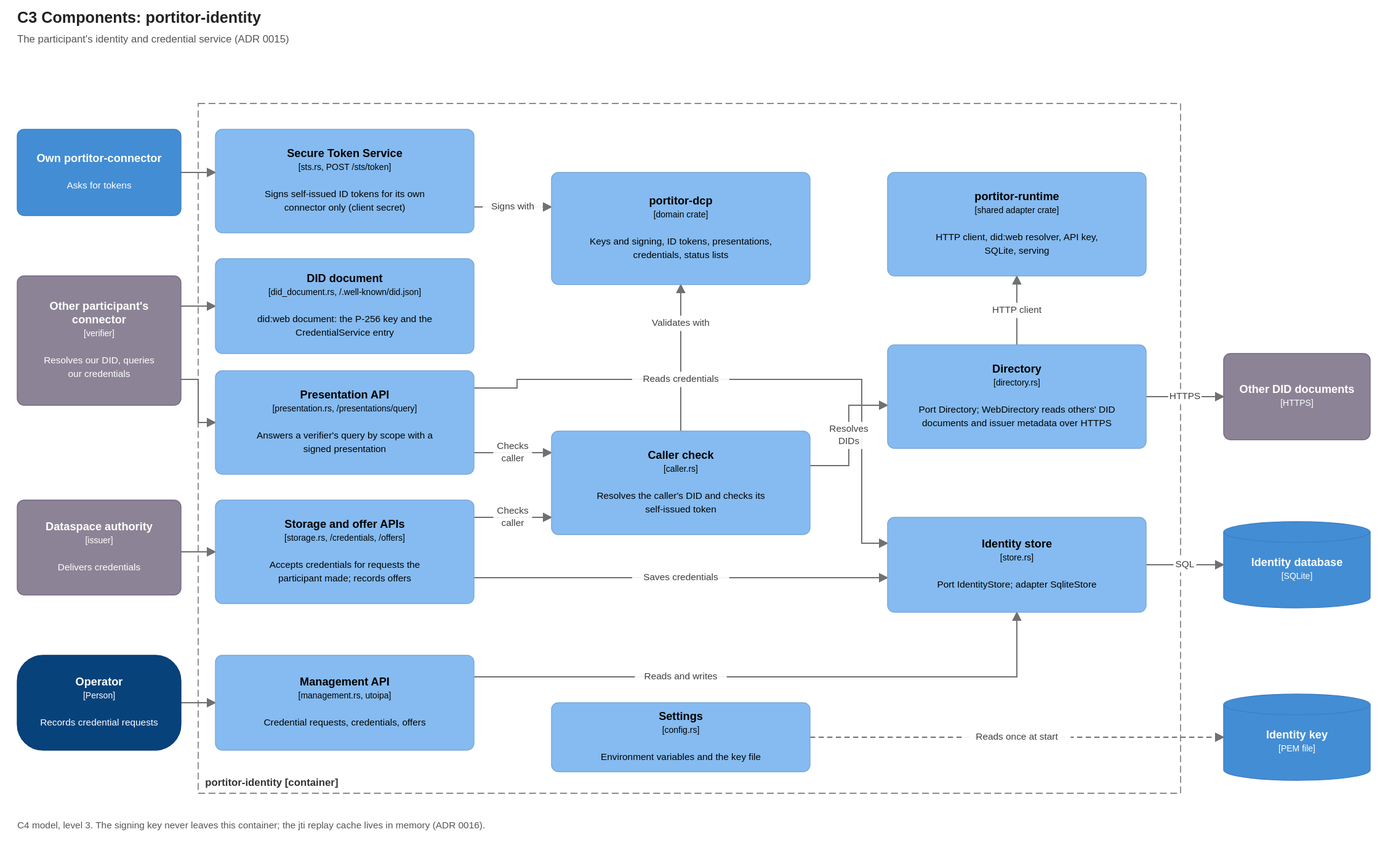
Above: docs/diagrams/c3-identity-components.drawio.svg in brunopacheco1/ldsc (draw.io), before the change. Source tidied: cells renumbered, new cells last; positions are measured from the earlier drawing's top-left corner, leaving out a move shared by most shapes. Source of this version:
```xml
<mxGraphModel background="#FFFFFF">
  <root>
    <mxCell id="0" />
    <mxCell id="1" parent="0" />
    <mxCell id="2" value="portitor-identity  [container]" style="rounded=0;whiteSpace=wrap;html=1;fillColor=none;dashed=1;dashPattern=8 4;strokeColor=#666666;fontColor=#333333;align=left;verticalAlign=bottom;spacingLeft=8;spacingBottom=4;fontSize=12;fontStyle=1;" parent="1" vertex="1">
      <mxGeometry x="210" width="1140" height="800" as="geometry" />
    </mxCell>
    <mxCell id="3" value="&lt;b&gt;Own portitor-connector&lt;/b&gt;&lt;br&gt;&lt;br&gt;&lt;font style=&quot;font-size:11px&quot;&gt;Asks for tokens&lt;/font&gt;" style="rounded=1;arcSize=8;whiteSpace=wrap;html=1;fillColor=#438DD5;strokeColor=#3C7FC0;fontColor=#FFFFFF;fontSize=13;align=center;verticalAlign=middle;c4Kind=container;c4Name=Own portitor-connector;" parent="1" vertex="1">
      <mxGeometry y="30" width="190" height="100" as="geometry" />
    </mxCell>
    <mxCell id="4" value="&lt;b&gt;Other participant&amp;#x27;s connector&lt;/b&gt;&lt;br&gt;&lt;font style=&quot;font-size:10px&quot;&gt;[verifier]&lt;/font&gt;&lt;br&gt;&lt;br&gt;&lt;font style=&quot;font-size:11px&quot;&gt;Resolves our DID, queries our credentials&lt;/font&gt;" style="rounded=1;arcSize=8;whiteSpace=wrap;html=1;fillColor=#8C8496;strokeColor=#736782;fontColor=#FFFFFF;fontSize=13;align=center;verticalAlign=middle;c4Kind=external;c4Name=Other participant's connector;" parent="1" vertex="1">
      <mxGeometry y="200" width="190" height="150" as="geometry" />
    </mxCell>
    <mxCell id="5" value="&lt;b&gt;Dataspace authority&lt;/b&gt;&lt;br&gt;&lt;font style=&quot;font-size:10px&quot;&gt;[issuer]&lt;/font&gt;&lt;br&gt;&lt;br&gt;&lt;font style=&quot;font-size:11px&quot;&gt;Delivers credentials&lt;/font&gt;" style="rounded=1;arcSize=8;whiteSpace=wrap;html=1;fillColor=#8C8496;strokeColor=#736782;fontColor=#FFFFFF;fontSize=13;align=center;verticalAlign=middle;c4Kind=external;c4Name=Dataspace authority;" parent="1" vertex="1">
      <mxGeometry y="460" width="190" height="110" as="geometry" />
    </mxCell>
    <mxCell id="6" value="&lt;b&gt;Operator&lt;/b&gt;&lt;br&gt;&lt;font style=&quot;font-size:10px&quot;&gt;[Person]&lt;/font&gt;&lt;br&gt;&lt;br&gt;&lt;font style=&quot;font-size:11px&quot;&gt;Records credential requests&lt;/font&gt;" style="rounded=1;arcSize=30;whiteSpace=wrap;html=1;fillColor=#08427B;strokeColor=#073B6F;fontColor=#FFFFFF;fontSize=13;align=center;verticalAlign=middle;c4Kind=person;c4Name=Operator;" parent="1" vertex="1">
      <mxGeometry y="640" width="190" height="110" as="geometry" />
    </mxCell>
    <mxCell id="7" value="&lt;b&gt;Secure Token Service&lt;/b&gt;&lt;br&gt;&lt;font style=&quot;font-size:10px&quot;&gt;[sts.rs, POST /sts/token]&lt;/font&gt;&lt;br&gt;&lt;br&gt;&lt;font style=&quot;font-size:11px&quot;&gt;Signs self-issued ID tokens for its own connector only (client secret)&lt;/font&gt;" style="rounded=1;arcSize=8;whiteSpace=wrap;html=1;fillColor=#85BBF0;strokeColor=#78A8D8;fontColor=#000000;fontSize=13;align=center;verticalAlign=middle;c4Kind=component;c4Name=Secure Token Service;" parent="1" vertex="1">
      <mxGeometry x="230" y="30" width="300" height="120" as="geometry" />
    </mxCell>
    <mxCell id="8" value="&lt;b&gt;DID document&lt;/b&gt;&lt;br&gt;&lt;font style=&quot;font-size:10px&quot;&gt;[did_document.rs, /.well-known/did.json]&lt;/font&gt;&lt;br&gt;&lt;br&gt;&lt;font style=&quot;font-size:11px&quot;&gt;did:web document: the P-256 key and the CredentialService entry&lt;/font&gt;" style="rounded=1;arcSize=8;whiteSpace=wrap;html=1;fillColor=#85BBF0;strokeColor=#78A8D8;fontColor=#000000;fontSize=13;align=center;verticalAlign=middle;c4Kind=component;c4Name=DID document;" parent="1" vertex="1">
      <mxGeometry x="230" y="180" width="300" height="110" as="geometry" />
    </mxCell>
    <mxCell id="9" value="&lt;b&gt;Presentation API&lt;/b&gt;&lt;br&gt;&lt;font style=&quot;font-size:10px&quot;&gt;[presentation.rs, /presentations/query]&lt;/font&gt;&lt;br&gt;&lt;br&gt;&lt;font style=&quot;font-size:11px&quot;&gt;Answers a verifier&amp;#x27;s query by scope with a signed presentation&lt;/font&gt;" style="rounded=1;arcSize=8;whiteSpace=wrap;html=1;fillColor=#85BBF0;strokeColor=#78A8D8;fontColor=#000000;fontSize=13;align=center;verticalAlign=middle;c4Kind=component;c4Name=Presentation API;" parent="1" vertex="1">
      <mxGeometry x="230" y="310" width="300" height="120" as="geometry" />
    </mxCell>
    <mxCell id="10" value="&lt;b&gt;Storage and offer APIs&lt;/b&gt;&lt;br&gt;&lt;font style=&quot;font-size:10px&quot;&gt;[storage.rs, /credentials, /offers]&lt;/font&gt;&lt;br&gt;&lt;br&gt;&lt;font style=&quot;font-size:11px&quot;&gt;Accepts credentials for requests the participant made; records offers&lt;/font&gt;" style="rounded=1;arcSize=8;whiteSpace=wrap;html=1;fillColor=#85BBF0;strokeColor=#78A8D8;fontColor=#000000;fontSize=13;align=center;verticalAlign=middle;c4Kind=component;c4Name=Storage and offer APIs;" parent="1" vertex="1">
      <mxGeometry x="230" y="460" width="300" height="120" as="geometry" />
    </mxCell>
    <mxCell id="11" value="&lt;b&gt;Management API&lt;/b&gt;&lt;br&gt;&lt;font style=&quot;font-size:10px&quot;&gt;[management.rs, utoipa]&lt;/font&gt;&lt;br&gt;&lt;br&gt;&lt;font style=&quot;font-size:11px&quot;&gt;Credential requests, credentials, offers&lt;/font&gt;" style="rounded=1;arcSize=8;whiteSpace=wrap;html=1;fillColor=#85BBF0;strokeColor=#78A8D8;fontColor=#000000;fontSize=13;align=center;verticalAlign=middle;c4Kind=component;c4Name=Management API;" parent="1" vertex="1">
      <mxGeometry x="230" y="640" width="300" height="110" as="geometry" />
    </mxCell>
    <mxCell id="12" value="&lt;b&gt;portitor-dcp&lt;/b&gt;&lt;br&gt;&lt;font style=&quot;font-size:10px&quot;&gt;[domain crate]&lt;/font&gt;&lt;br&gt;&lt;br&gt;&lt;font style=&quot;font-size:11px&quot;&gt;Keys and signing, ID tokens, presentations, credentials, status lists&lt;/font&gt;" style="rounded=1;arcSize=8;whiteSpace=wrap;html=1;fillColor=#85BBF0;strokeColor=#78A8D8;fontColor=#000000;fontSize=13;align=center;verticalAlign=middle;c4Kind=component;c4Name=portitor-dcp;" parent="1" vertex="1">
      <mxGeometry x="620" y="80" width="300" height="130" as="geometry" />
    </mxCell>
    <mxCell id="13" value="&lt;b&gt;Caller check&lt;/b&gt;&lt;br&gt;&lt;font style=&quot;font-size:10px&quot;&gt;[caller.rs]&lt;/font&gt;&lt;br&gt;&lt;br&gt;&lt;font style=&quot;font-size:11px&quot;&gt;Resolves the caller&amp;#x27;s DID and checks its self-issued token&lt;/font&gt;" style="rounded=1;arcSize=8;whiteSpace=wrap;html=1;fillColor=#85BBF0;strokeColor=#78A8D8;fontColor=#000000;fontSize=13;align=center;verticalAlign=middle;c4Kind=component;c4Name=Caller check;" parent="1" vertex="1">
      <mxGeometry x="620" y="380" width="300" height="120" as="geometry" />
    </mxCell>
    <mxCell id="14" value="&lt;b&gt;Settings&lt;/b&gt;&lt;br&gt;&lt;font style=&quot;font-size:10px&quot;&gt;[config.rs]&lt;/font&gt;&lt;br&gt;&lt;br&gt;&lt;font style=&quot;font-size:11px&quot;&gt;Environment variables and the key file&lt;/font&gt;" style="rounded=1;arcSize=8;whiteSpace=wrap;html=1;fillColor=#85BBF0;strokeColor=#78A8D8;fontColor=#000000;fontSize=13;align=center;verticalAlign=middle;c4Kind=component;c4Name=Settings;" parent="1" vertex="1">
      <mxGeometry x="620" y="695" width="300" height="80" as="geometry" />
    </mxCell>
    <mxCell id="15" value="&lt;b&gt;portitor-runtime&lt;/b&gt;&lt;br&gt;&lt;font style=&quot;font-size:10px&quot;&gt;[shared adapter crate]&lt;/font&gt;&lt;br&gt;&lt;br&gt;&lt;font style=&quot;font-size:11px&quot;&gt;HTTP client, did:web resolver, API key, SQLite, serving&lt;/font&gt;" style="rounded=1;arcSize=8;whiteSpace=wrap;html=1;fillColor=#85BBF0;strokeColor=#78A8D8;fontColor=#000000;fontSize=13;align=center;verticalAlign=middle;c4Kind=component;c4Name=portitor-runtime;" parent="1" vertex="1">
      <mxGeometry x="1010" y="80" width="300" height="120" as="geometry" />
    </mxCell>
    <mxCell id="16" value="&lt;b&gt;Directory&lt;/b&gt;&lt;br&gt;&lt;font style=&quot;font-size:10px&quot;&gt;[directory.rs]&lt;/font&gt;&lt;br&gt;&lt;br&gt;&lt;font style=&quot;font-size:11px&quot;&gt;Port Directory; WebDirectory reads others&amp;#x27; DID documents and issuer metadata over HTTPS&lt;/font&gt;" style="rounded=1;arcSize=8;whiteSpace=wrap;html=1;fillColor=#85BBF0;strokeColor=#78A8D8;fontColor=#000000;fontSize=13;align=center;verticalAlign=middle;c4Kind=component;c4Name=Directory;" parent="1" vertex="1">
      <mxGeometry x="1010" y="280" width="300" height="120" as="geometry" />
    </mxCell>
    <mxCell id="17" value="&lt;b&gt;Identity store&lt;/b&gt;&lt;br&gt;&lt;font style=&quot;font-size:10px&quot;&gt;[store.rs]&lt;/font&gt;&lt;br&gt;&lt;br&gt;&lt;font style=&quot;font-size:11px&quot;&gt;Port IdentityStore; adapter SqliteStore&lt;/font&gt;" style="rounded=1;arcSize=8;whiteSpace=wrap;html=1;fillColor=#85BBF0;strokeColor=#78A8D8;fontColor=#000000;fontSize=13;align=center;verticalAlign=middle;c4Kind=component;c4Name=Identity store;" parent="1" vertex="1">
      <mxGeometry x="1010" y="480" width="300" height="110" as="geometry" />
    </mxCell>
    <mxCell id="18" value="&lt;b&gt;Other DID documents&lt;/b&gt;&lt;br&gt;&lt;font style=&quot;font-size:10px&quot;&gt;[HTTPS]&lt;/font&gt;" style="rounded=1;arcSize=8;whiteSpace=wrap;html=1;fillColor=#8C8496;strokeColor=#736782;fontColor=#FFFFFF;fontSize=13;align=center;verticalAlign=middle;c4Kind=external;c4Name=Other DID documents;" parent="1" vertex="1">
      <mxGeometry x="1400" y="290" width="170" height="100" as="geometry" />
    </mxCell>
    <mxCell id="19" value="&lt;b&gt;Identity database&lt;/b&gt;&lt;br&gt;&lt;font style=&quot;font-size:10px&quot;&gt;[SQLite]&lt;/font&gt;" style="shape=cylinder3;size=12;boundedLbl=1;whiteSpace=wrap;html=1;fillColor=#438DD5;strokeColor=#3C7FC0;fontColor=#FFFFFF;fontSize=13;align=center;verticalAlign=middle;c4Kind=database;c4Name=Identity database;" parent="1" vertex="1">
      <mxGeometry x="1400" y="485" width="170" height="100" as="geometry" />
    </mxCell>
    <mxCell id="20" value="&lt;b&gt;Identity key&lt;/b&gt;&lt;br&gt;&lt;font style=&quot;font-size:10px&quot;&gt;[PEM file]&lt;/font&gt;" style="shape=cylinder3;size=12;boundedLbl=1;whiteSpace=wrap;html=1;fillColor=#438DD5;strokeColor=#3C7FC0;fontColor=#FFFFFF;fontSize=13;align=center;verticalAlign=middle;c4Kind=database;c4Name=Identity key;" parent="1" vertex="1">
      <mxGeometry x="1400" y="685" width="170" height="100" as="geometry" />
    </mxCell>
    <mxCell id="21" style="endArrow=blockThin;endFill=1;html=1;rounded=0;strokeColor=#707070;fontSize=11;fontColor=#404040;labelBackgroundColor=#FFFFFF;exitX=1.000;exitY=0.500;exitPerimeter=0;entryX=0.000;entryY=0.417;entryPerimeter=0;" parent="1" edge="1" source="3" target="7">
      <mxGeometry relative="1" as="geometry" />
    </mxCell>
    <mxCell id="22" style="endArrow=blockThin;endFill=1;html=1;rounded=0;strokeColor=#707070;fontSize=11;fontColor=#404040;labelBackgroundColor=#FFFFFF;exitX=1.000;exitY=0.233;exitPerimeter=0;entryX=0.000;entryY=0.500;entryPerimeter=0;" parent="1" edge="1" source="4" target="8">
      <mxGeometry relative="1" as="geometry" />
    </mxCell>
    <mxCell id="23" style="endArrow=blockThin;endFill=1;html=1;rounded=0;strokeColor=#707070;fontSize=11;fontColor=#404040;labelBackgroundColor=#FFFFFF;exitX=1.000;exitY=0.800;exitPerimeter=0;entryX=0.000;entryY=0.500;entryPerimeter=0;" parent="1" edge="1" source="4" target="9">
      <mxGeometry relative="1" as="geometry">
        <Array as="points">
          <mxPoint x="210" y="320" />
          <mxPoint x="210" y="370" />
        </Array>
      </mxGeometry>
    </mxCell>
    <mxCell id="24" style="endArrow=blockThin;endFill=1;html=1;rounded=0;strokeColor=#707070;fontSize=11;fontColor=#404040;labelBackgroundColor=#FFFFFF;exitX=1.000;exitY=0.545;exitPerimeter=0;entryX=0.000;entryY=0.500;entryPerimeter=0;" parent="1" edge="1" source="5" target="10">
      <mxGeometry relative="1" as="geometry" />
    </mxCell>
    <mxCell id="25" style="endArrow=blockThin;endFill=1;html=1;rounded=0;strokeColor=#707070;fontSize=11;fontColor=#404040;labelBackgroundColor=#FFFFFF;exitX=1.000;exitY=0.500;exitPerimeter=0;entryX=0.000;entryY=0.500;entryPerimeter=0;" parent="1" edge="1" source="6" target="11">
      <mxGeometry relative="1" as="geometry" />
    </mxCell>
    <mxCell id="26" value="Signs with" style="endArrow=blockThin;endFill=1;html=1;rounded=0;strokeColor=#707070;fontSize=11;fontColor=#404040;labelBackgroundColor=#FFFFFF;exitX=1.000;exitY=0.750;exitPerimeter=0;entryX=0.000;entryY=0.308;entryPerimeter=0;" parent="1" edge="1" source="7" target="12">
      <mxGeometry relative="1" as="geometry" />
    </mxCell>
    <mxCell id="27" value="Checks caller" style="endArrow=blockThin;endFill=1;html=1;rounded=0;strokeColor=#707070;fontSize=11;fontColor=#404040;labelBackgroundColor=#FFFFFF;exitX=1.000;exitY=0.792;exitPerimeter=0;entryX=0.000;entryY=0.208;entryPerimeter=0;" parent="1" edge="1" source="9" target="13">
      <mxGeometry relative="1" as="geometry" />
    </mxCell>
    <mxCell id="28" value="Checks caller" style="endArrow=blockThin;endFill=1;html=1;rounded=0;strokeColor=#707070;fontSize=11;fontColor=#404040;labelBackgroundColor=#FFFFFF;exitX=1.000;exitY=0.167;exitPerimeter=0;entryX=0.000;entryY=0.833;entryPerimeter=0;" parent="1" edge="1" source="10" target="13">
      <mxGeometry relative="1" as="geometry" />
    </mxCell>
    <mxCell id="29" value="Validates with" style="endArrow=blockThin;endFill=1;html=1;rounded=0;strokeColor=#707070;fontSize=11;fontColor=#404040;labelBackgroundColor=#FFFFFF;exitX=0.500;exitY=0.000;exitPerimeter=0;entryX=0.500;entryY=1.000;entryPerimeter=0;" parent="1" edge="1" source="13" target="12">
      <mxGeometry relative="1" as="geometry" />
    </mxCell>
    <mxCell id="30" value="Resolves DIDs" style="endArrow=blockThin;endFill=1;html=1;rounded=0;strokeColor=#707070;fontSize=11;fontColor=#404040;labelBackgroundColor=#FFFFFF;exitX=1.000;exitY=0.333;exitPerimeter=0;entryX=0.000;entryY=0.583;entryPerimeter=0;" parent="1" edge="1" source="13" target="16">
      <mxGeometry relative="1" as="geometry">
        <Array as="points">
          <mxPoint x="965" y="420" />
          <mxPoint x="965" y="350" />
        </Array>
      </mxGeometry>
    </mxCell>
    <mxCell id="31" value="Reads credentials" style="endArrow=blockThin;endFill=1;html=1;rounded=0;strokeColor=#707070;fontSize=11;fontColor=#404040;labelBackgroundColor=#FFFFFF;exitX=1.000;exitY=0.167;exitPerimeter=0;entryX=0.000;entryY=0.273;entryPerimeter=0;" parent="1" edge="1" source="9" target="17">
      <mxGeometry relative="1" as="geometry">
        <Array as="points">
          <mxPoint x="580" y="330" />
          <mxPoint x="580" y="320" />
          <mxPoint x="980" y="320" />
          <mxPoint x="980" y="510" />
        </Array>
      </mxGeometry>
    </mxCell>
    <mxCell id="32" value="Saves credentials" style="endArrow=blockThin;endFill=1;html=1;rounded=0;strokeColor=#707070;fontSize=11;fontColor=#404040;labelBackgroundColor=#FFFFFF;exitX=1.000;exitY=0.750;exitPerimeter=0;entryX=0.000;entryY=0.636;entryPerimeter=0;" parent="1" edge="1" source="10" target="17">
      <mxGeometry relative="1" as="geometry" />
    </mxCell>
    <mxCell id="33" value="Reads and writes" style="endArrow=blockThin;endFill=1;html=1;rounded=0;strokeColor=#707070;fontSize=11;fontColor=#404040;labelBackgroundColor=#FFFFFF;exitX=1.000;exitY=0.227;exitPerimeter=0;entryX=0.500;entryY=1.000;entryPerimeter=0;" parent="1" edge="1" source="11" target="17">
      <mxGeometry relative="1" as="geometry">
        <Array as="points">
          <mxPoint x="1160" y="665" />
        </Array>
      </mxGeometry>
    </mxCell>
    <mxCell id="34" value="HTTP client" style="endArrow=blockThin;endFill=1;html=1;rounded=0;strokeColor=#707070;fontSize=11;fontColor=#404040;labelBackgroundColor=#FFFFFF;exitX=0.500;exitY=0.000;exitPerimeter=0;entryX=0.500;entryY=1.000;entryPerimeter=0;" parent="1" edge="1" source="16" target="15">
      <mxGeometry relative="1" as="geometry" />
    </mxCell>
    <mxCell id="35" value="HTTPS" style="endArrow=blockThin;endFill=1;html=1;rounded=0;strokeColor=#707070;fontSize=11;fontColor=#404040;labelBackgroundColor=#FFFFFF;exitX=1.000;exitY=0.500;exitPerimeter=0;entryX=0.000;entryY=0.500;entryPerimeter=0;" parent="1" edge="1" source="16" target="18">
      <mxGeometry relative="1" as="geometry" />
    </mxCell>
    <mxCell id="36" value="SQL" style="endArrow=blockThin;endFill=1;html=1;rounded=0;strokeColor=#707070;fontSize=11;fontColor=#404040;labelBackgroundColor=#FFFFFF;exitX=1.000;exitY=0.500;exitPerimeter=0;entryX=0.000;entryY=0.500;entryPerimeter=0;" parent="1" edge="1" source="17" target="19">
      <mxGeometry relative="1" as="geometry" />
    </mxCell>
    <mxCell id="37" value="Reads once at start" style="endArrow=blockThin;endFill=1;html=1;rounded=0;strokeColor=#707070;fontSize=11;fontColor=#404040;labelBackgroundColor=#FFFFFF;dashed=1;exitX=1.000;exitY=0.500;exitPerimeter=0;entryX=0.000;entryY=0.500;entryPerimeter=0;" parent="1" edge="1" source="14" target="20">
      <mxGeometry relative="1" as="geometry" />
    </mxCell>
    <mxCell id="38" value="C4 model, level 3. The signing key never leaves this container; the jti replay cache lives in memory (ADR 0016)." style="text;html=1;align=left;verticalAlign=top;fontSize=11;fontColor=#555555;whiteSpace=wrap;" parent="1" vertex="1">
      <mxGeometry y="820" width="1580" height="40" as="geometry" />
    </mxCell>
  </root>
</mxGraphModel>
```
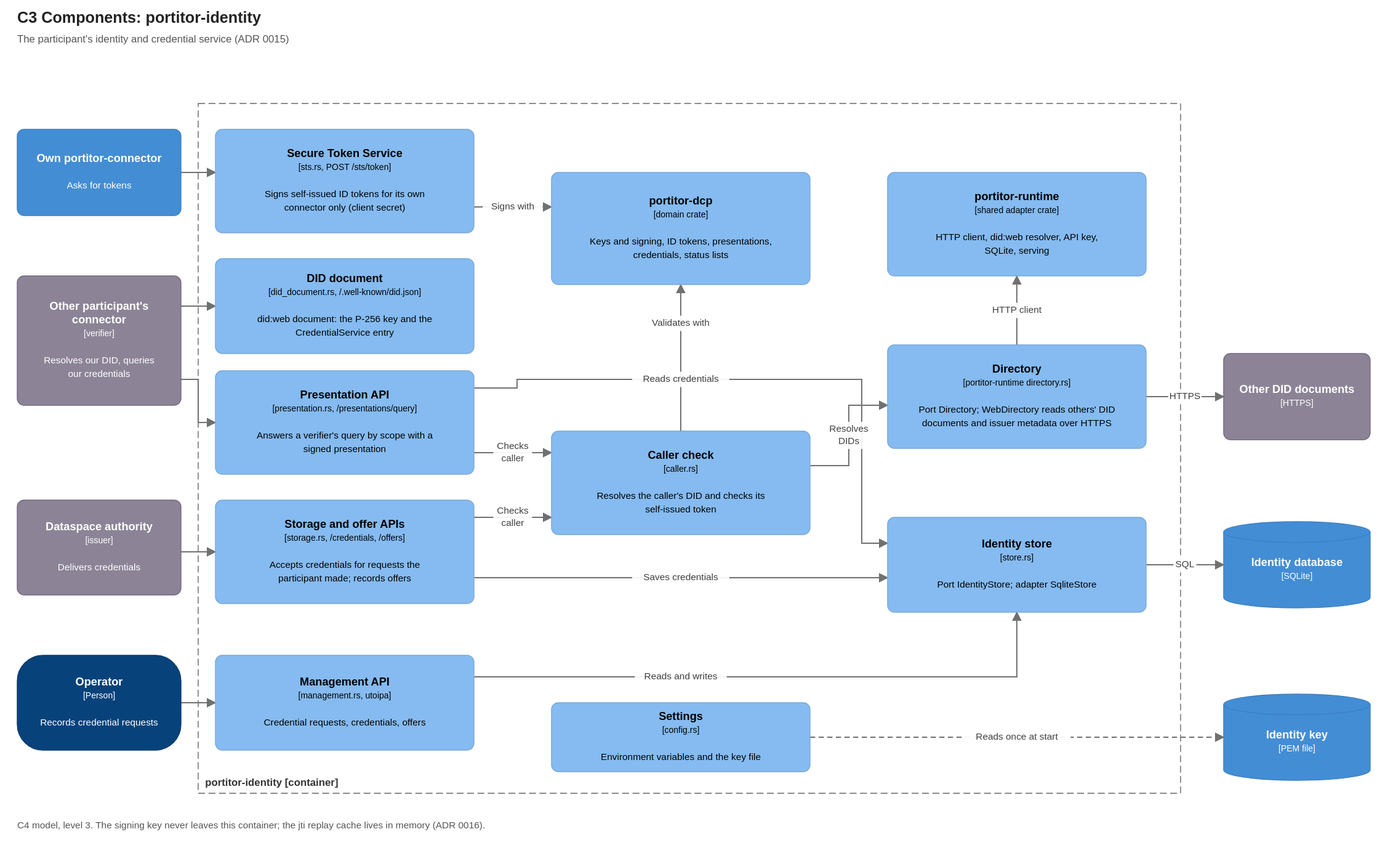
The same diagram one commit later.

The edit, as a diff of the source:
```diff
@@ -44,7 +44,7 @@
     <mxCell id="15" value="&lt;b&gt;portitor-runtime&lt;/b&gt;&lt;br&gt;&lt;font style=&quot;font-size:10px&quot;&gt;[shared adapter crate]&lt;/font&gt;&lt;br&gt;&lt;br&gt;&lt;font style=&quot;font-size:11px&quot;&gt;HTTP client, did:web resolver, API key, SQLite, serving&lt;/font&gt;" style="rounded=1;arcSize=8;whiteSpace=wrap;html=1;fillColor=#85BBF0;strokeColor=#78A8D8;fontColor=#000000;fontSize=13;align=center;verticalAlign=middle;c4Kind=component;c4Name=portitor-runtime;" parent="1" vertex="1">
       <mxGeometry x="1010" y="80" width="300" height="120" as="geometry" />
     </mxCell>
-    <mxCell id="16" value="&lt;b&gt;Directory&lt;/b&gt;&lt;br&gt;&lt;font style=&quot;font-size:10px&quot;&gt;[directory.rs]&lt;/font&gt;&lt;br&gt;&lt;br&gt;&lt;font style=&quot;font-size:11px&quot;&gt;Port Directory; WebDirectory reads others&amp;#x27; DID documents and issuer metadata over HTTPS&lt;/font&gt;" style="rounded=1;arcSize=8;whiteSpace=wrap;html=1;fillColor=#85BBF0;strokeColor=#78A8D8;fontColor=#000000;fontSize=13;align=center;verticalAlign=middle;c4Kind=component;c4Name=Directory;" parent="1" vertex="1">
+    <mxCell id="16" value="&lt;b&gt;Directory&lt;/b&gt;&lt;br&gt;&lt;font style=&quot;font-size:10px&quot;&gt;[portitor-runtime directory.rs]&lt;/font&gt;&lt;br&gt;&lt;br&gt;&lt;font style=&quot;font-size:11px&quot;&gt;Port Directory; WebDirectory reads others&amp;#x27; DID documents and issuer metadata over HTTPS&lt;/font&gt;" style="rounded=1;arcSize=8;whiteSpace=wrap;html=1;fillColor=#85BBF0;strokeColor=#78A8D8;fontColor=#000000;fontSize=13;align=center;verticalAlign=middle;c4Kind=component;c4Name=Directory;" parent="1" vertex="1">
       <mxGeometry x="1010" y="280" width="300" height="120" as="geometry" />
     </mxCell>
     <mxCell id="17" value="&lt;b&gt;Identity store&lt;/b&gt;&lt;br&gt;&lt;font style=&quot;font-size:10px&quot;&gt;[store.rs]&lt;/font&gt;&lt;br&gt;&lt;br&gt;&lt;font style=&quot;font-size:11px&quot;&gt;Port IdentityStore; adapter SqliteStore&lt;/font&gt;" style="rounded=1;arcSize=8;whiteSpace=wrap;html=1;fillColor=#85BBF0;strokeColor=#78A8D8;fontColor=#000000;fontSize=13;align=center;verticalAlign=middle;c4Kind=component;c4Name=Identity store;" parent="1" vertex="1">
```
